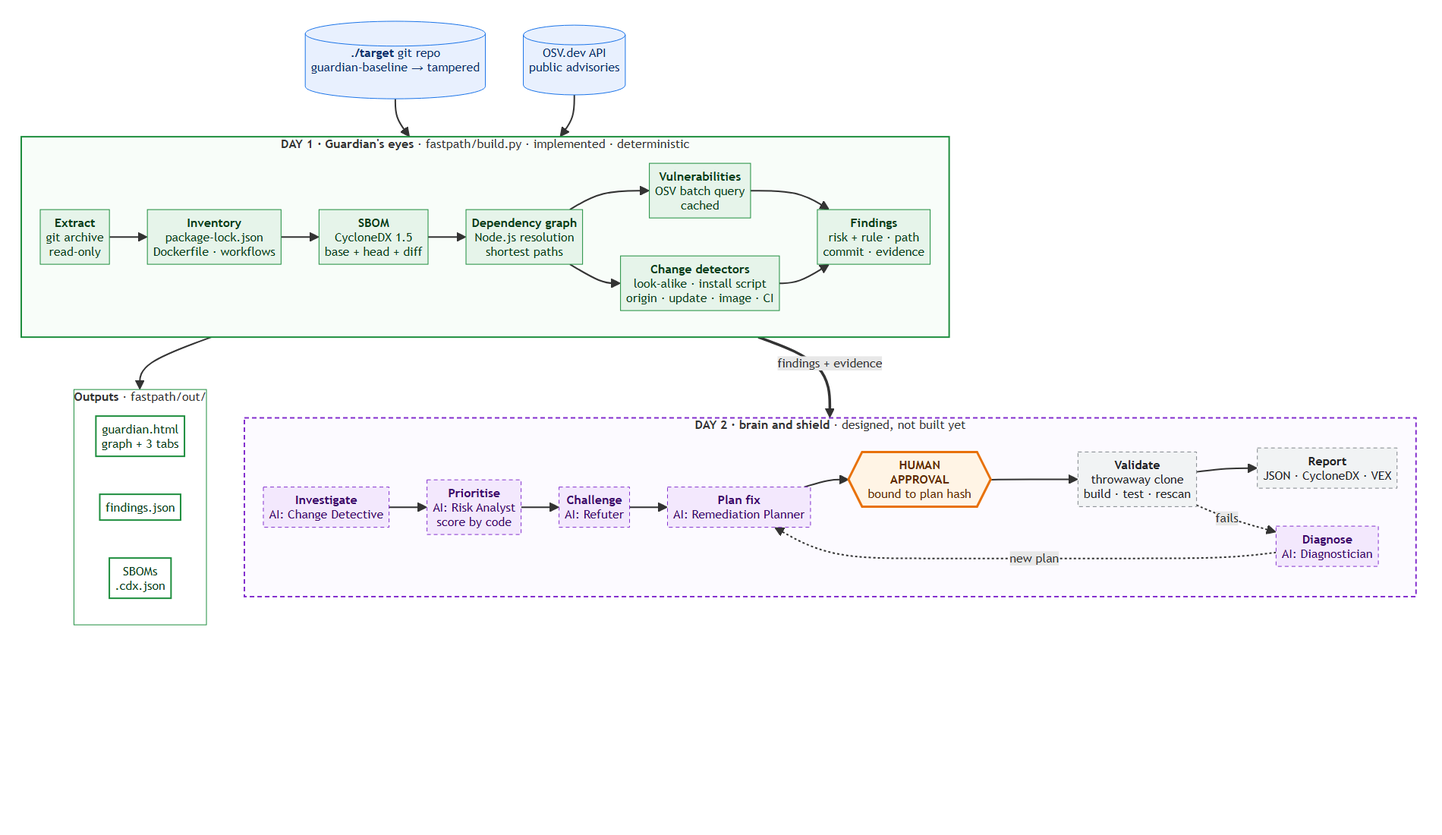
Earlier version of the Mermaid export docs/architecture.png (SajeevSenthil/guardian-kit). Its source is kept beside it as docs/architecture.mmd. Source of this version:
```mermaid
flowchart TB
    T[("<b>./target</b> git repo<br/>guardian-baseline → tampered")]
    EXT[("OSV.dev API<br/>public advisories")]

    subgraph D1["<b>DAY 1 · Guardian's eyes</b> · fastpath/build.py · implemented · deterministic"]
        direction LR
        X["<b>Extract</b><br/>git archive<br/>read-only"] --> INV["<b>Inventory</b><br/>package-lock.json<br/>Dockerfile · workflows"]
        INV --> SB["<b>SBOM</b><br/>CycloneDX 1.5<br/>base + head + diff"]
        SB --> G["<b>Dependency graph</b><br/>Node.js resolution<br/>shortest paths"]
        G --> V["<b>Vulnerabilities</b><br/>OSV batch query<br/>cached"]
        G --> C["<b>Change detectors</b><br/>look-alike · install script<br/>origin · update · image · CI"]
        V --> F["<b>Findings</b><br/>risk + rule · path<br/>commit · evidence"]
        C --> F
    end

    subgraph OUT["<b>Outputs</b> · fastpath/out/"]
        direction LR
        H1["guardian.html<br/>graph + 3 tabs"]
        H2["findings.json"]
        H3["SBOMs<br/>.cdx.json"]
    end

    subgraph D2["<b>DAY 2 · brain and shield</b> · designed, not built yet"]
        direction LR
        DET["<b>Investigate</b><br/>AI: Change Detective"] --> PRI["<b>Prioritise</b><br/>AI: Risk Analyst<br/>score by code"]
        PRI --> REF["<b>Challenge</b><br/>AI: Refuter"]
        REF --> PLN["<b>Plan fix</b><br/>AI: Remediation Planner"]
        PLN --> HA{{"<b>HUMAN<br/>APPROVAL</b><br/>bound to plan hash"}}
        HA --> VAL["<b>Validate</b><br/>throwaway clone<br/>build · test · rescan"]
        VAL --> REP["<b>Report</b><br/>JSON · CycloneDX · VEX"]
        VAL -. "fails" .-> DG["<b>Diagnose</b><br/>AI: Diagnostician"]
        DG -. "new plan" .-> PLN
    end

    T --> D1
    EXT --> D1
    D1 --> OUT
    D1 == "findings + evidence" ==> D2

    classDef built fill:#e6f4ea,stroke:#1e8e3e,color:#0b3d1b
    classDef ai fill:#f3e8fd,stroke:#8430ce,stroke-dasharray:5 4,color:#3b0a6b
    classDef code fill:#f1f3f4,stroke:#80868b,stroke-dasharray:5 4,color:#202124
    classDef human fill:#fff4e5,stroke:#e8710a,stroke-width:3px,color:#5f2b00
    classDef data fill:#e8f0fe,stroke:#1a73e8,color:#0b2e6b
    classDef out fill:#ffffff,stroke:#1e8e3e,stroke-width:2px,color:#0b3d1b
    class X,INV,SB,G,V,C,F built
    class DET,PRI,REF,PLN,DG ai
    class VAL,REP code
    class HA human
    class T,EXT data
    class H1,H2,H3 out
    style D1 fill:#f8fdf9,stroke:#1e8e3e,stroke-width:2px
    style D2 fill:#fcfaff,stroke:#8430ce,stroke-width:2px,stroke-dasharray:6 4
    style OUT fill:#ffffff,stroke:#1e8e3e
```
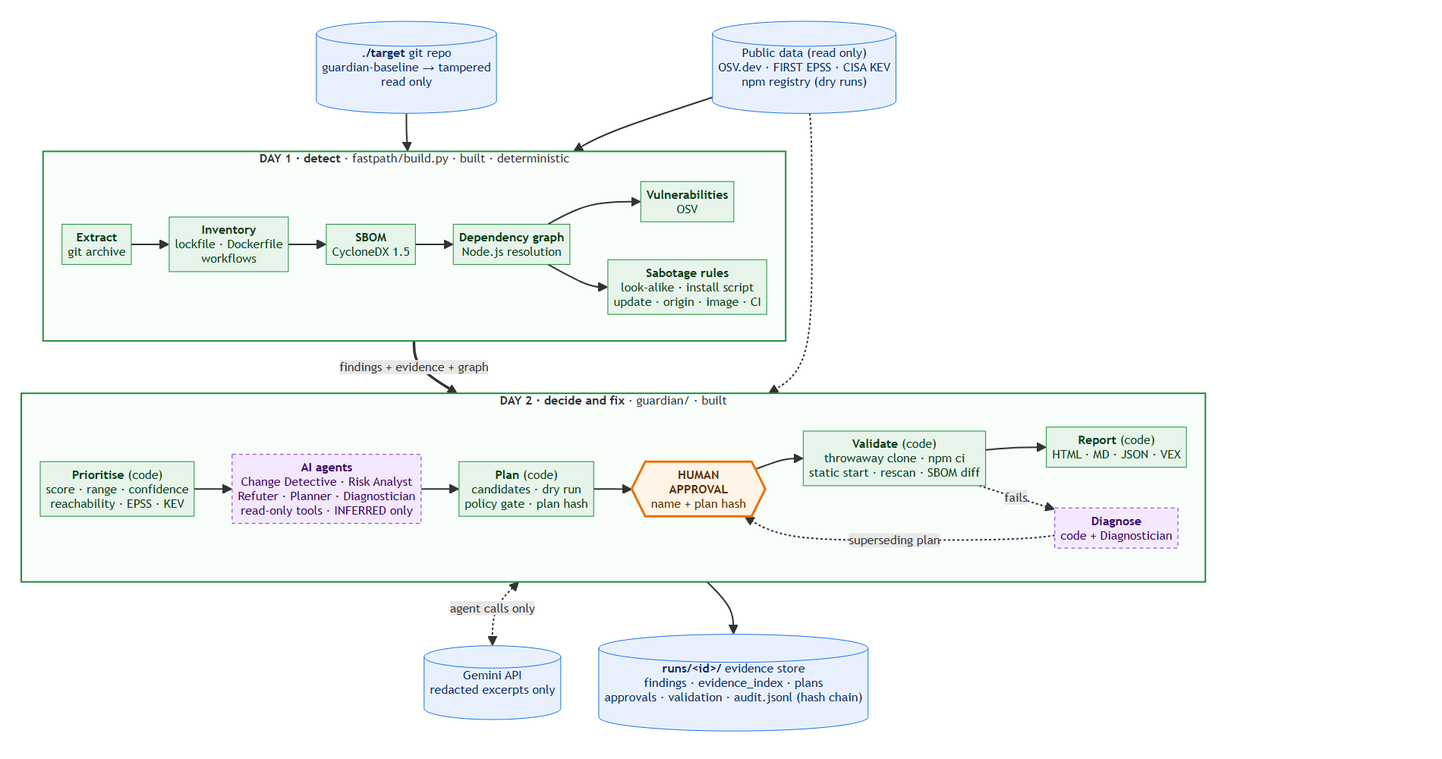
Later version of the same file.

Diff of the diagram source:
```diff
@@ -1,54 +1,46 @@
 flowchart TB
-    T[("<b>./target</b> git repo<br/>guardian-baseline → tampered")]
-    EXT[("OSV.dev API<br/>public advisories")]
+    T[("<b>./target</b> git repo<br/>guardian-baseline → tampered<br/>read only")]
+    EXT[("Public data (read only)<br/>OSV.dev · FIRST EPSS · CISA KEV<br/>npm registry (dry runs)")]
+    LLM[("Gemini API<br/>redacted excerpts only")]
 
-    subgraph D1["<b>DAY 1 · Guardian's eyes</b> · fastpath/build.py · implemented · deterministic"]
+    subgraph D1["<b>DAY 1 · detect</b> · fastpath/build.py · built · deterministic"]
         direction LR
-        X["<b>Extract</b><br/>git archive<br/>read-only"] --> INV["<b>Inventory</b><br/>package-lock.json<br/>Dockerfile · workflows"]
-        INV --> SB["<b>SBOM</b><br/>CycloneDX 1.5<br/>base + head + diff"]
-        SB --> G["<b>Dependency graph</b><br/>Node.js resolution<br/>shortest paths"]
-        G --> V["<b>Vulnerabilities</b><br/>OSV batch query<br/>cached"]
-        G --> C["<b>Change detectors</b><br/>look-alike · install script<br/>origin · update · image · CI"]
-        V --> F["<b>Findings</b><br/>risk + rule · path<br/>commit · evidence"]
-        C --> F
+        X["<b>Extract</b><br/>git archive"] --> INV["<b>Inventory</b><br/>lockfile · Dockerfile<br/>workflows"]
+        INV --> SB["<b>SBOM</b><br/>CycloneDX 1.5"]
+        SB --> G["<b>Dependency graph</b><br/>Node.js resolution"]
+        G --> V["<b>Vulnerabilities</b><br/>OSV"]
+        G --> C["<b>Sabotage rules</b><br/>look-alike · install script<br/>update · origin · image · CI"]
     end
 
-    subgraph OUT["<b>Outputs</b> · fastpath/out/"]
+    subgraph D2["<b>DAY 2 · decide and fix</b> · guardian/ · built"]
         direction LR
-        H1["guardian.html<br/>graph + 3 tabs"]
-        H2["findings.json"]
-        H3["SBOMs<br/>.cdx.json"]
+        PRI["<b>Prioritise</b> (code)<br/>score · range · confidence<br/>reachability · EPSS · KEV"]
+        AG["<b>AI agents</b><br/>Change Detective · Risk Analyst<br/>Refuter · Planner · Diagnostician<br/>read-only tools · INFERRED only"]
+        PLN["<b>Plan</b> (code)<br/>candidates · dry run<br/>policy gate · plan hash"]
+        HA{{"<b>HUMAN<br/>APPROVAL</b><br/>name + plan hash"}}
+        VAL["<b>Validate</b> (code)<br/>throwaway clone · npm ci<br/>static start · rescan · SBOM diff"]
+        DG["<b>Diagnose</b><br/>code + Diagnostician"]
+        REP["<b>Report</b> (code)<br/>HTML · MD · JSON · VEX"]
+        PRI --> AG --> PLN --> HA --> VAL --> REP
+        VAL -. "fails" .-> DG -. "superseding plan" .-> HA
     end
 
-    subgraph D2["<b>DAY 2 · brain and shield</b> · designed, not built yet"]
-        direction LR
-        DET["<b>Investigate</b><br/>AI: Change Detective"] --> PRI["<b>Prioritise</b><br/>AI: Risk Analyst<br/>score by code"]
-        PRI --> REF["<b>Challenge</b><br/>AI: Refuter"]
-        REF --> PLN["<b>Plan fix</b><br/>AI: Remediation Planner"]
-        PLN --> HA{{"<b>HUMAN<br/>APPROVAL</b><br/>bound to plan hash"}}
-        HA --> VAL["<b>Validate</b><br/>throwaway clone<br/>build · test · rescan"]
-        VAL --> REP["<b>Report</b><br/>JSON · CycloneDX · VEX"]
-        VAL -. "fails" .-> DG["<b>Diagnose</b><br/>AI: Diagnostician"]
-        DG -. "new plan" .-> PLN
-    end
+    STORE[("<b>runs/&lt;id&gt;/</b> evidence store<br/>findings · evidence_index · plans<br/>approvals · validation · audit.jsonl (hash chain)")]
 
     T --> D1
     EXT --> D1
-    D1 --> OUT
-    D1 == "findings + evidence" ==> D2
+    D1 == "findings + evidence + graph" ==> D2
+    EXT -.-> D2
+    D2 <-. "agent calls only" .-> LLM
+    D2 --> STORE
 
     classDef built fill:#e6f4ea,stroke:#1e8e3e,color:#0b3d1b
     classDef ai fill:#f3e8fd,stroke:#8430ce,stroke-dasharray:5 4,color:#3b0a6b
-    classDef code fill:#f1f3f4,stroke:#80868b,stroke-dasharray:5 4,color:#202124
     classDef human fill:#fff4e5,stroke:#e8710a,stroke-width:3px,color:#5f2b00
     classDef data fill:#e8f0fe,stroke:#1a73e8,color:#0b2e6b
-    classDef out fill:#ffffff,stroke:#1e8e3e,stroke-width:2px,color:#0b3d1b
-    class X,INV,SB,G,V,C,F built
-    class DET,PRI,REF,PLN,DG ai
-    class VAL,REP code
+    class X,INV,SB,G,V,C,PRI,PLN,VAL,REP built
+    class AG,DG ai
     class HA human
-    class T,EXT data
-    class H1,H2,H3 out
+    class T,EXT,LLM,STORE data
     style D1 fill:#f8fdf9,stroke:#1e8e3e,stroke-width:2px
-    style D2 fill:#fcfaff,stroke:#8430ce,stroke-width:2px,stroke-dasharray:6 4
-    style OUT fill:#ffffff,stroke:#1e8e3e
+    style D2 fill:#f8fdf9,stroke:#1e8e3e,stroke-width:2px
```
